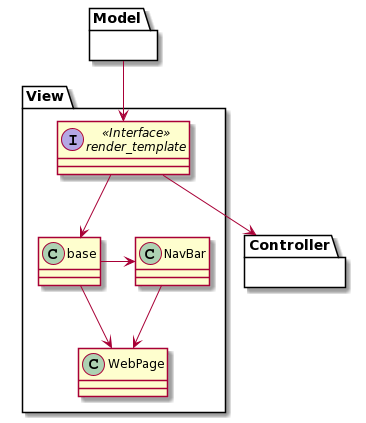
Before: docs/diagrams/View.png, a diagram exported from PlantUML (Orbital-Knewbie/Knewbie). Source of this version:
```plantuml
@startuml
package View {
Interface render_template <<Interface>>
Class base
Class NavBar
Class WebPage


}

package Controller{
}

package Model{
}

Model --> render_template
render_template --> Controller
render_template --> base
base -r> NavBar
base --> WebPage
NavBar --> WebPage
@enduml
```
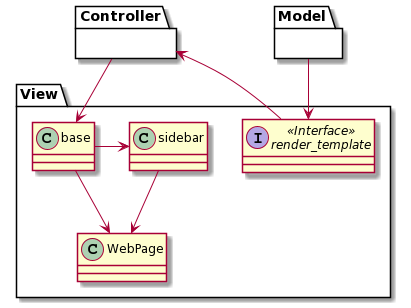
Later version of the same file.

Diff of the diagram source:
```diff
@@ -2,9 +2,8 @@
 package View {
 Interface render_template <<Interface>>
 Class base
-Class NavBar
 Class WebPage
-
+Class sidebar
 
 }
 
@@ -16,8 +15,8 @@
 
 Model --> render_template
 render_template --> Controller
-render_template --> base
-base -r> NavBar
+Controller --> base
+base -l> sidebar
+sidebar --> WebPage
 base --> WebPage
-NavBar --> WebPage
 @enduml
```
